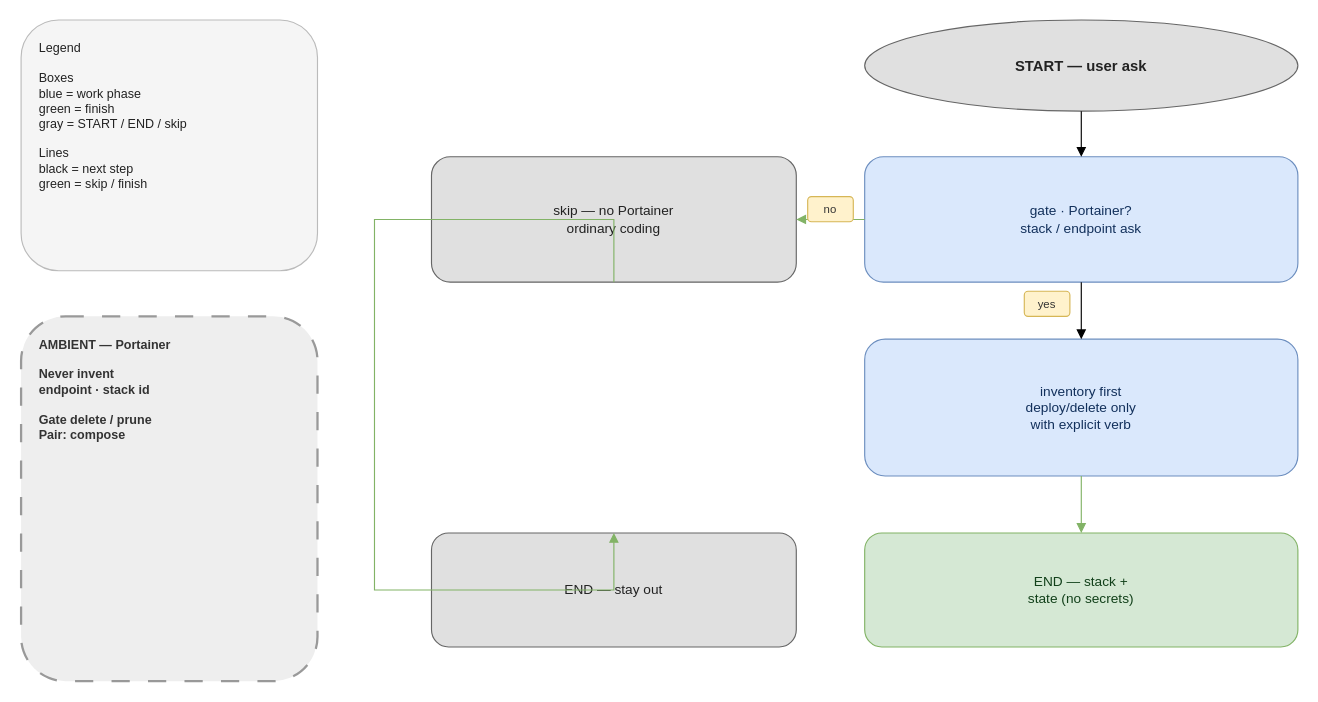
Earlier version of the draw.io diagram plugins/portainer/docs/portainer-workflow.drawio (nodadyoushutup/marketplace). Source tidied: cells renumbered, new cells numbered last; positions are measured from the earlier drawing's top-left corner, leaving out a move shared by most shapes. Both pictures are drawn from the tidied source at 114%, with x=0, y=0 at pixel (21, 19).
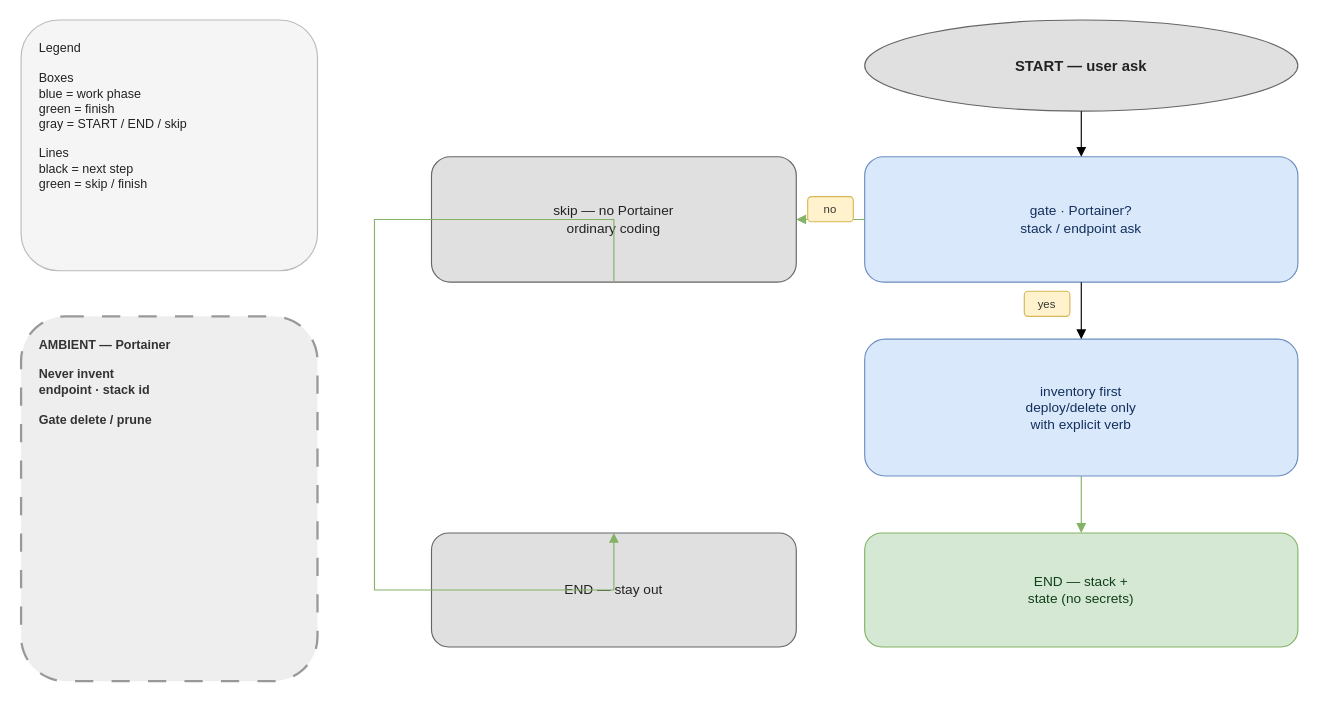
After the change.

What changed in the source:
```diff
@@
 <mxGraphModel>
   <root>
     <mxCell id="0" />
     <mxCell id="1" parent="0" />
     <mxCell id="2" value="Legend&#10;&#10;Boxes&#10;blue = work phase&#10;green = finish&#10;gray = START / END / skip&#10;&#10;Lines&#10;black = next step&#10;green = skip / finish" style="rounded=1;whiteSpace=wrap;html=1;align=left;verticalAlign=top;spacingLeft=14;spacingRight=14;spacingTop=12;spacingBottom=12;fontSize=11;fillColor=#f5f5f5;strokeColor=#bbbbbb;fontColor=#222222;" parent="1" vertex="1">
       <mxGeometry width="260" height="220" as="geometry" />
     </mxCell>
-    <mxCell id="3" value="AMBIENT — Portainer&#10;&#10;Never invent&#10;endpoint · stack id&#10;&#10;Gate delete / prune&#10;Pair: compose" style="rounded=1;whiteSpace=wrap;html=1;dashed=1;dashPattern=8 8;align=left;verticalAlign=top;spacingLeft=14;spacingRight=14;spacingTop=12;spacingBottom=12;fontSize=11;fontStyle=1;fillColor=#eeeeee;strokeColor=#999999;strokeWidth=2;fontColor=#333333;" parent="1" vertex="1">
+    <mxCell id="3" value="AMBIENT — Portainer&#10;&#10;Never invent&#10;endpoint · stack id&#10;&#10;Gate delete / prune&#10;" style="rounded=1;whiteSpace=wrap;html=1;dashed=1;dashPattern=8 8;align=left;verticalAlign=top;spacingLeft=14;spacingRight=14;spacingTop=12;spacingBottom=12;fontSize=11;fontStyle=1;fillColor=#eeeeee;strokeColor=#999999;strokeWidth=2;fontColor=#333333;" parent="1" vertex="1">
       <mxGeometry y="260" width="260" height="320" as="geometry" />
     </mxCell>
     <mxCell id="4" value="START — user ask" style="ellipse;whiteSpace=wrap;html=1;align=center;verticalAlign=middle;fontSize=13;fontStyle=1;fillColor=#e0e0e0;strokeColor=#666666;fontColor=#222222;" parent="1" vertex="1">
       <mxGeometry x="740" width="380" height="80" as="geometry" />
     </mxCell>
     <mxCell id="5" value="gate · Portainer?&#10;stack / endpoint ask" style="rounded=1;whiteSpace=wrap;html=1;align=center;verticalAlign=middle;spacingLeft=12;spacingRight=12;fontSize=12;fillColor=#dae8fc;strokeColor=#6c8ebf;fontColor=#12305B;" parent="1" vertex="1">
       <mxGeometry x="740" y="120" width="380" height="110" as="geometry" />
     </mxCell>
     <mxCell id="6" value="skip — no Portainer&#10;ordinary coding" style="rounded=1;whiteSpace=wrap;html=1;align=center;verticalAlign=middle;spacingLeft=12;spacingRight=12;fontSize=12;fillColor=#e0e0e0;strokeColor=#666666;fontColor=#222222;" parent="1" vertex="1">
       <mxGeometry x="360" y="120" width="320" height="110" as="geometry" />
     </mxCell>
     <mxCell id="7" value="inventory first&#10;deploy/delete only&#10;with explicit verb" style="rounded=1;whiteSpace=wrap;html=1;align=center;verticalAlign=middle;spacingLeft=12;spacingRight=12;fontSize=12;fillColor=#dae8fc;strokeColor=#6c8ebf;fontColor=#12305B;" parent="1" vertex="1">
       <mxGeometry x="740" y="280" width="380" height="120" as="geometry" />
     </mxCell>
     <mxCell id="8" value="END — stack +&#10;state (no secrets)" style="rounded=1;whiteSpace=wrap;html=1;align=center;verticalAlign=middle;spacingLeft=12;spacingRight=12;fontSize=12;fillColor=#d5e8d4;strokeColor=#82b366;fontColor=#12401A;" parent="1" vertex="1">
       <mxGeometry x="740" y="450" width="380" height="100" as="geometry" />
     </mxCell>
     <mxCell id="9" value="END — stay out" style="rounded=1;whiteSpace=wrap;html=1;align=center;verticalAlign=middle;spacingLeft=12;spacingRight=12;fontSize=12;fillColor=#e0e0e0;strokeColor=#666666;fontColor=#222222;" parent="1" vertex="1">
       <mxGeometry x="360" y="450" width="320" height="100" as="geometry" />
     </mxCell>
     <mxCell id="10" style="edgeStyle=orthogonalEdgeStyle;rounded=0;html=1;endArrow=block;jumpStyle=arc;jumpSize=10;exitX=0.5;exitY=1;entryX=0.5;entryY=0;" parent="1" edge="1" source="4" target="5">
       <mxGeometry relative="1" as="geometry" />
     </mxCell>
     <mxCell id="11" style="edgeStyle=orthogonalEdgeStyle;rounded=0;html=1;endArrow=block;jumpStyle=arc;jumpSize=10;strokeColor=#82b366;exitX=0;exitY=0.5;entryX=1;entryY=0.5;" parent="1" edge="1" source="5" target="6">
       <mxGeometry relative="1" as="geometry" />
     </mxCell>
     <mxCell id="12" value="no" style="rounded=1;whiteSpace=wrap;html=1;align=center;verticalAlign=middle;fontSize=10;fillColor=#fff2cc;strokeColor=#d6b656;fontColor=#333333;" parent="1" vertex="1">
       <mxGeometry x="690" y="155" width="40" height="22" as="geometry" />
     </mxCell>
     <mxCell id="13" style="edgeStyle=orthogonalEdgeStyle;rounded=0;html=1;endArrow=block;jumpStyle=arc;jumpSize=10;exitX=0.5;exitY=1;entryX=0.5;entryY=0;" parent="1" edge="1" source="5" target="7">
       <mxGeometry relative="1" as="geometry" />
     </mxCell>
     <mxCell id="14" value="yes" style="rounded=1;whiteSpace=wrap;html=1;align=center;verticalAlign=middle;fontSize=10;fillColor=#fff2cc;strokeColor=#d6b656;fontColor=#333333;" parent="1" vertex="1">
       <mxGeometry x="880" y="238" width="40" height="22" as="geometry" />
     </mxCell>
     <mxCell id="15" style="edgeStyle=orthogonalEdgeStyle;rounded=0;html=1;endArrow=block;jumpStyle=arc;jumpSize=10;strokeColor=#82b366;exitX=0.5;exitY=1;entryX=0.5;entryY=0;" parent="1" edge="1" source="7" target="8">
       <mxGeometry relative="1" as="geometry" />
     </mxCell>
     <mxCell id="16" style="edgeStyle=orthogonalEdgeStyle;rounded=0;html=1;endArrow=block;jumpStyle=arc;jumpSize=10;strokeColor=#82b366;exitX=0.5;exitY=1;entryX=0.5;entryY=0;" parent="1" edge="1" source="6" target="9">
       <mxGeometry relative="1" as="geometry">
         <Array as="points">
           <mxPoint x="310" y="175" />
           <mxPoint x="310" y="500" />
         </Array>
       </mxGeometry>
     </mxCell>
   </root>
 </mxGraphModel>
```
